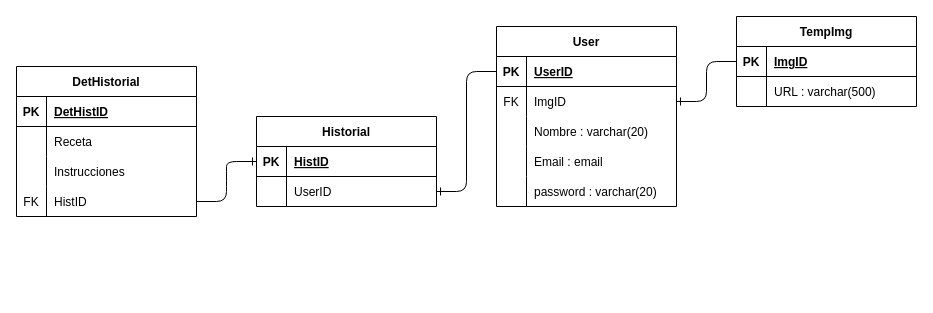
This is diagramas/database.drawio from alejandg1/SmartCook, a draw.io file, before an edit. Source tidied: cells renumbered, new cells numbered last; positions are measured from the earlier drawing's top-left corner, leaving out a move shared by most shapes. Both pictures are drawn from the tidied source at 100%, with x=0, y=0 at pixel (16, 16).
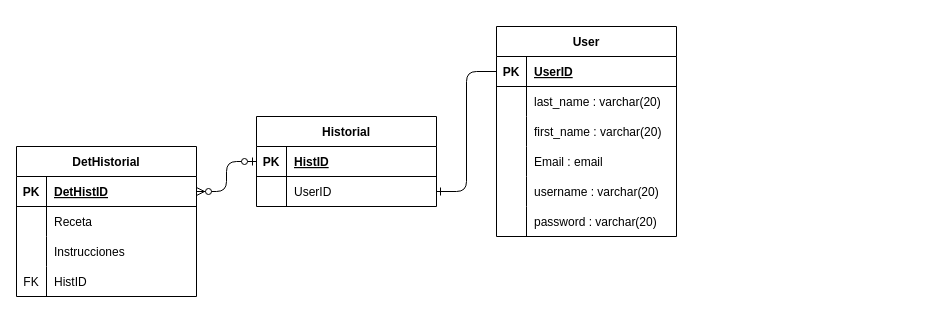
Above is the later version.

The change refers to these unchanged cells:
```xml
<mxCell id="27" style="shape=tableRow;horizontal=0;startSize=0;swimlaneHead=0;swimlaneBody=0;fillColor=none;points=[[0,0.5],[1,0.5]];portConstraint=eastwest;top=0;left=0;right=0;bottom=1;" parent="26" vertex="1">
  <mxGeometry y="30" width="180" height="30" as="geometry" />
</mxCell>
<mxCell id="34" style="shape=tableRow;horizontal=0;startSize=0;swimlaneHead=0;swimlaneBody=0;fillColor=none;points=[[0,0.5],[1,0.5]];portConstraint=eastwest;top=0;left=0;right=0;bottom=1;" parent="33" vertex="1">
  <mxGeometry y="30" width="180" height="30" as="geometry" />
</mxCell>
<mxCell id="43" style="shape=tableRow;horizontal=0;startSize=0;swimlaneHead=0;swimlaneBody=0;fillColor=none;points=[[0,0.5],[1,0.5]];portConstraint=eastwest;top=0;left=0;right=0;bottom=0;" parent="33" vertex="1">
  <mxGeometry y="120" width="180" height="30" as="geometry" />
</mxCell>
```

What changed in the source:
```diff
@@
     <mxCell id="2" value="User" style="shape=table;startSize=30;childLayout=tableLayout;rowLines=0;fontStyle=1;align=center;" parent="1" vertex="1">
-      <mxGeometry x="480" y="10" width="180" height="180" as="geometry" />
+      <mxGeometry x="480" y="10" width="180" height="210" as="geometry" />
     </mxCell>
@@
-    <mxCell id="6" style="shape=tableRow;horizontal=0;startSize=0;swimlaneHead=0;swimlaneBody=0;fillColor=none;points=[[0,0.5],[1,0.5]];portConstraint=eastwest;top=0;left=0;right=0;bottom=0;" parent="2" vertex="1">
-      <mxGeometry y="60" width="180" height="30" as="geometry" />
-    </mxCell>
-    <mxCell id="7" value="FK" style="shape=partialRectangle;fillColor=none;top=0;left=0;bottom=0;right=0;overflow=hidden;" parent="6" vertex="1">
-      <mxGeometry width="30" height="30" as="geometry" />
-    </mxCell>
-    <mxCell id="8" value="ImgID" style="shape=partialRectangle;fillColor=none;top=0;left=0;bottom=0;right=0;align=left;spacingLeft=6;overflow=hidden;" parent="6" vertex="1">
-      <mxGeometry x="30" width="150" height="30" as="geometry" />
-    </mxCell>
     <mxCell id="9" style="shape=tableRow;horizontal=0;startSize=0;swimlaneHead=0;swimlaneBody=0;fillColor=none;top=0;left=0;right=0;bottom=0;" parent="2" vertex="1">
-      <mxGeometry y="90" width="180" height="30" as="geometry" />
+      <mxGeometry y="60" width="180" height="30" as="geometry" />
     </mxCell>
@@
-    <mxCell id="11" value="Nombre : varchar(20)" style="shape=partialRectangle;fillColor=none;top=0;left=0;bottom=0;right=0;align=left;spacingLeft=6;overflow=hidden;" parent="9" vertex="1">
+    <mxCell id="11" value="last_name : varchar(20)" style="shape=partialRectangle;fillColor=none;top=0;left=0;bottom=0;right=0;align=left;spacingLeft=6;overflow=hidden;" parent="9" vertex="1">
       <mxGeometry x="30" width="150" height="30" as="geometry" />
     </mxCell>
+    <mxCell id="48" style="shape=tableRow;horizontal=0;startSize=0;swimlaneHead=0;swimlaneBody=0;fillColor=none;top=0;left=0;right=0;bottom=0;" parent="2" vertex="1">
+      <mxGeometry y="90" width="180" height="30" as="geometry" />
+    </mxCell>
+    <mxCell id="49" style="shape=partialRectangle;fillColor=none;top=0;left=0;bottom=0;right=0;overflow=hidden;" parent="48" vertex="1">
+      <mxGeometry width="30" height="30" as="geometry" />
+    </mxCell>
+    <mxCell id="50" value="first_name : varchar(20)" style="shape=partialRectangle;fillColor=none;top=0;left=0;bottom=0;right=0;align=left;spacingLeft=6;overflow=hidden;" parent="48" vertex="1">
+      <mxGeometry x="30" width="150" height="30" as="geometry" />
+    </mxCell>
@@
+    <mxCell id="51" style="shape=tableRow;horizontal=0;startSize=0;swimlaneHead=0;swimlaneBody=0;fillColor=none;top=0;left=0;right=0;bottom=0;" parent="2" vertex="1">
+      <mxGeometry y="150" width="180" height="30" as="geometry" />
+    </mxCell>
+    <mxCell id="52" style="shape=partialRectangle;fillColor=none;top=0;left=0;bottom=0;right=0;overflow=hidden;" parent="51" vertex="1">
+      <mxGeometry width="30" height="30" as="geometry" />
+    </mxCell>
+    <mxCell id="53" value="username : varchar(20)" style="shape=partialRectangle;fillColor=none;top=0;left=0;bottom=0;right=0;align=left;spacingLeft=6;overflow=hidden;" parent="51" vertex="1">
+      <mxGeometry x="30" width="150" height="30" as="geometry" />
+    </mxCell>
     <mxCell id="15" style="shape=tableRow;horizontal=0;startSize=0;swimlaneHead=0;swimlaneBody=0;fillColor=none;top=0;left=0;right=0;bottom=0;" parent="2" vertex="1">
-      <mxGeometry y="150" width="180" height="30" as="geometry" />
+      <mxGeometry y="180" width="180" height="30" as="geometry" />
     </mxCell>
@@
-    <mxCell id="18" value="TempImg" style="shape=table;startSize=30;childLayout=tableLayout;rowLines=0;fontStyle=1;align=center;" parent="1" vertex="1">
-      <mxGeometry x="720" width="180" height="90" as="geometry" />
-    </mxCell>
-    <mxCell id="19" style="shape=tableRow;horizontal=0;startSize=0;swimlaneHead=0;swimlaneBody=0;fillColor=none;points=[[0,0.5],[1,0.5]];portConstraint=eastwest;top=0;left=0;right=0;bottom=1;" parent="18" vertex="1">
-      <mxGeometry y="30" width="180" height="30" as="geometry" />
-    </mxCell>
-    <mxCell id="20" value="PK" style="shape=partialRectangle;fillColor=none;top=0;left=0;bottom=0;right=0;fontStyle=1;overflow=hidden;" parent="19" vertex="1">
-      <mxGeometry width="30" height="30" as="geometry" />
-    </mxCell>
-    <mxCell id="21" value="ImgID" style="shape=partialRectangle;fillColor=none;top=0;left=0;bottom=0;right=0;align=left;spacingLeft=6;fontStyle=5;overflow=hidden;" parent="19" vertex="1">
-      <mxGeometry x="30" width="150" height="30" as="geometry" />
-    </mxCell>
-    <mxCell id="22" style="shape=tableRow;horizontal=0;startSize=0;swimlaneHead=0;swimlaneBody=0;fillColor=none;top=0;left=0;right=0;bottom=0;" parent="18" vertex="1">
-      <mxGeometry y="60" width="180" height="30" as="geometry" />
-    </mxCell>
-    <mxCell id="23" style="shape=partialRectangle;fillColor=none;top=0;left=0;bottom=0;right=0;overflow=hidden;" parent="22" vertex="1">
-      <mxGeometry width="30" height="30" as="geometry" />
-    </mxCell>
-    <mxCell id="24" value="URL : varchar(500)" style="shape=partialRectangle;fillColor=none;top=0;left=0;bottom=0;right=0;align=left;spacingLeft=6;overflow=hidden;" parent="22" vertex="1">
-      <mxGeometry x="30" width="150" height="30" as="geometry" />
-    </mxCell>
-    <mxCell id="25" style="edgeStyle=entityRelationEdgeStyle;fontSize=12;html=1;endArrow=ERone;endFill=1;entryX=1;entryY=0.5;entryDx=0;entryDy=0;exitX=0;exitY=0.5;exitDx=0;exitDy=0;" parent="1" edge="1" source="19" target="6">
-      <mxGeometry relative="1" as="geometry" />
-    </mxCell>
@@
     <mxCell id="33" value="DetHistorial" style="shape=table;startSize=30;childLayout=tableLayout;rowLines=0;fontStyle=1;align=center;" parent="1" vertex="1">
-      <mxGeometry y="50" width="180" height="150" as="geometry" />
+      <mxGeometry y="130" width="180" height="150" as="geometry" />
     </mxCell>
@@
-    <mxCell id="47" style="edgeStyle=entityRelationEdgeStyle;fontSize=12;html=1;endArrow=ERone;endFill=1;entryX=0;entryY=0.5;entryDx=0;entryDy=0;exitX=1;exitY=0.5;exitDx=0;exitDy=0;" parent="1" edge="1" source="43" target="27">
-      <mxGeometry relative="1" as="geometry" />
-    </mxCell>
+    <mxCell id="54" style="edgeStyle=entityRelationEdgeStyle;fontSize=12;html=1;endArrow=ERzeroToMany;startArrow=ERzeroToOne;exitX=0;exitY=0.5;exitDx=0;exitDy=0;entryX=1;entryY=0.5;entryDx=0;entryDy=0;" parent="1" edge="1" source="27" target="34">
+      <mxGeometry relative="1" as="geometry" />
+    </mxCell>
```
